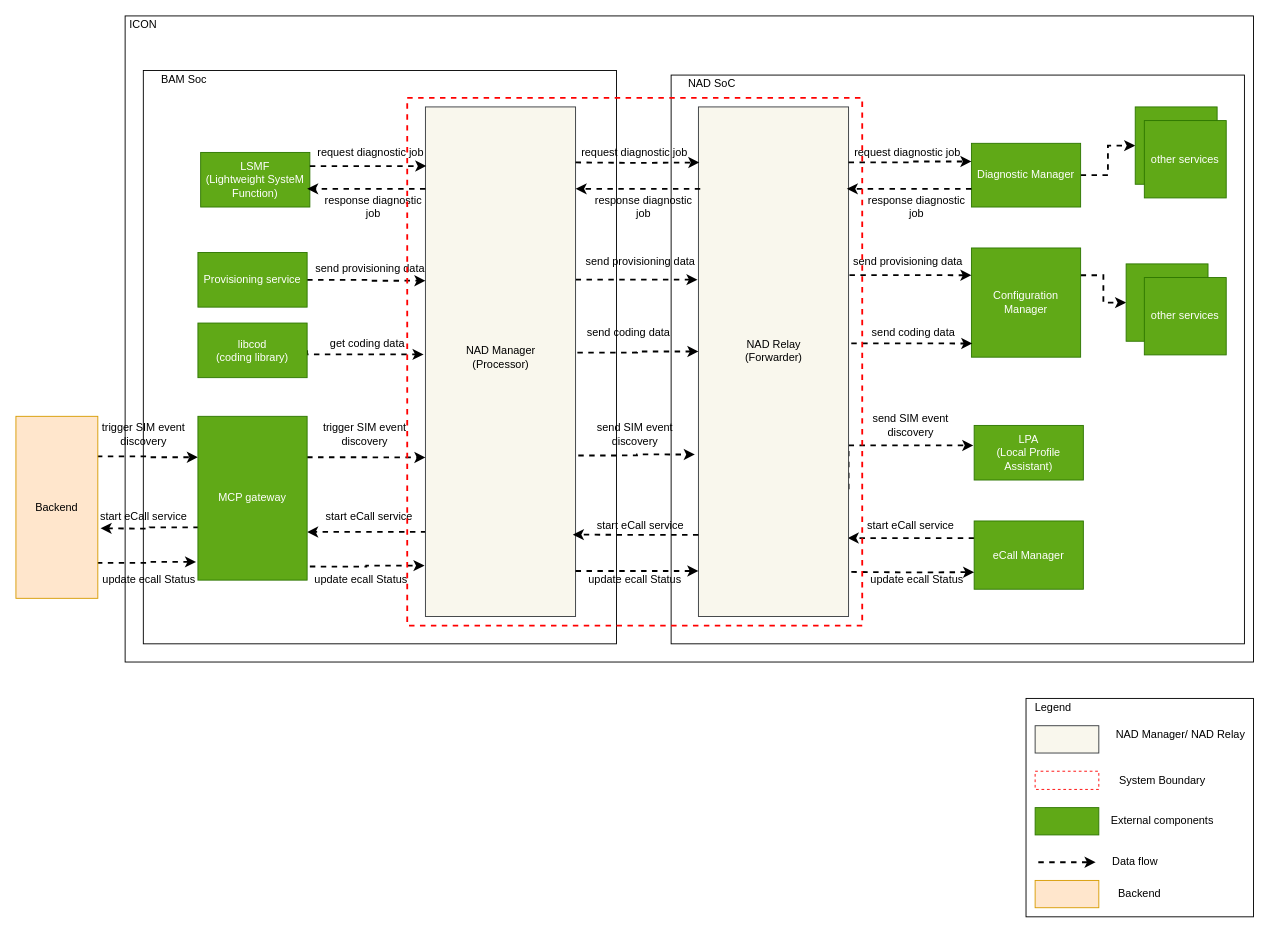
This is page "Nadmgr_nadproxy" (3 of 4) of doc/SA cert/Design/system_context.drawio from taikt/codefun, a draw.io file, before an edit. Source tidied: cells renumbered, new cells numbered last; positions are measured from the earlier drawing's top-left corner, leaving out a move shared by most shapes. Both pictures are drawn from the tidied source at 91%, with x=0, y=0 at pixel (15, 15).
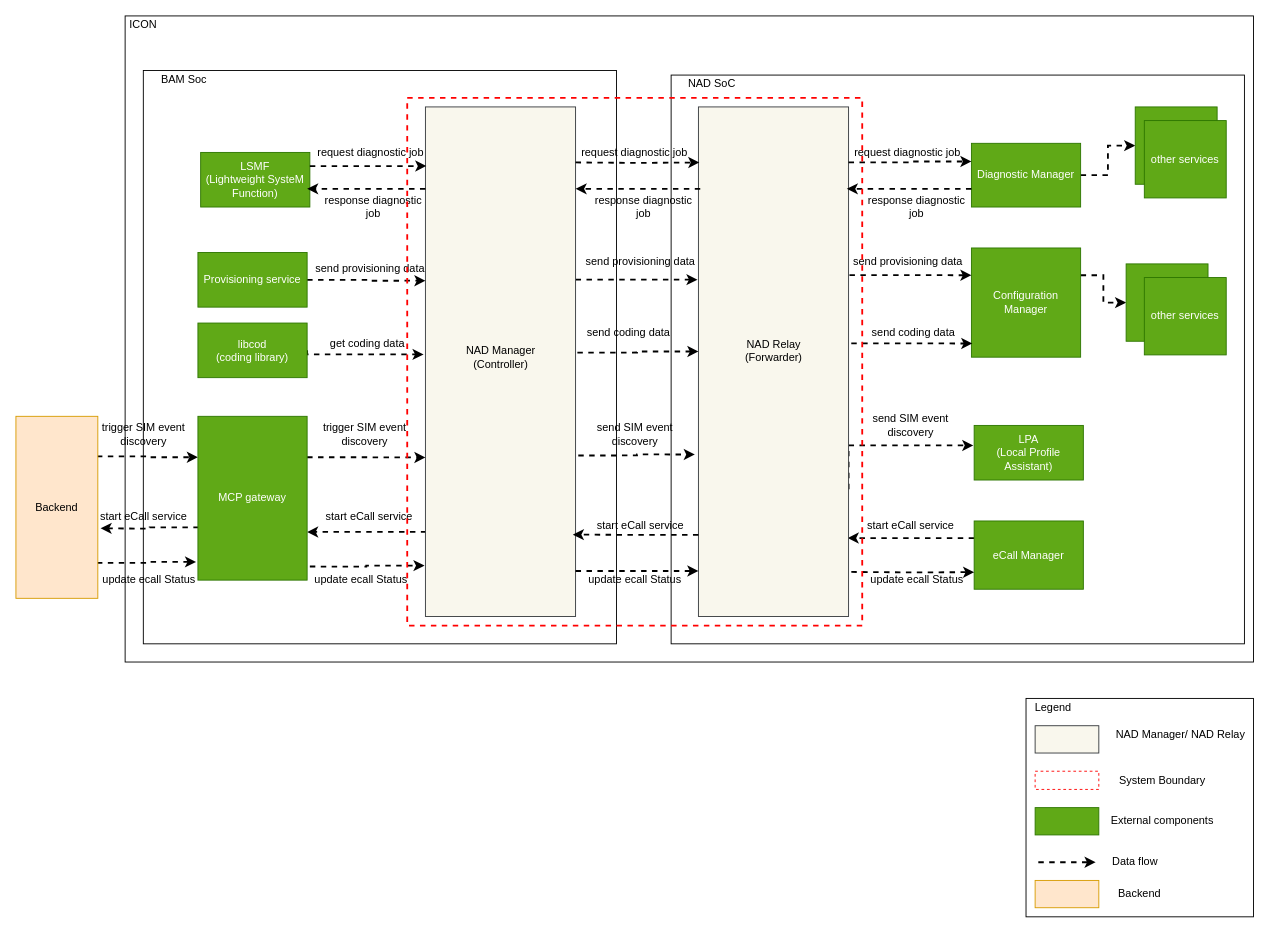
The same diagram, later.

What changed in the source:
```diff
@@
-    <mxCell id="30" value="NAD Manager&lt;br&gt;(Processor)" style="text;html=1;strokeColor=none;fillColor=none;align=center;verticalAlign=middle;whiteSpace=wrap;rounded=0;" parent="1" vertex="1">
+    <mxCell id="30" value="NAD Manager&lt;br&gt;(Controller)" style="text;html=1;strokeColor=none;fillColor=none;align=center;verticalAlign=middle;whiteSpace=wrap;rounded=0;" parent="1" vertex="1">
       <mxGeometry x="492.5" y="365" width="80" height="20" as="geometry" />
     </mxCell>
```
